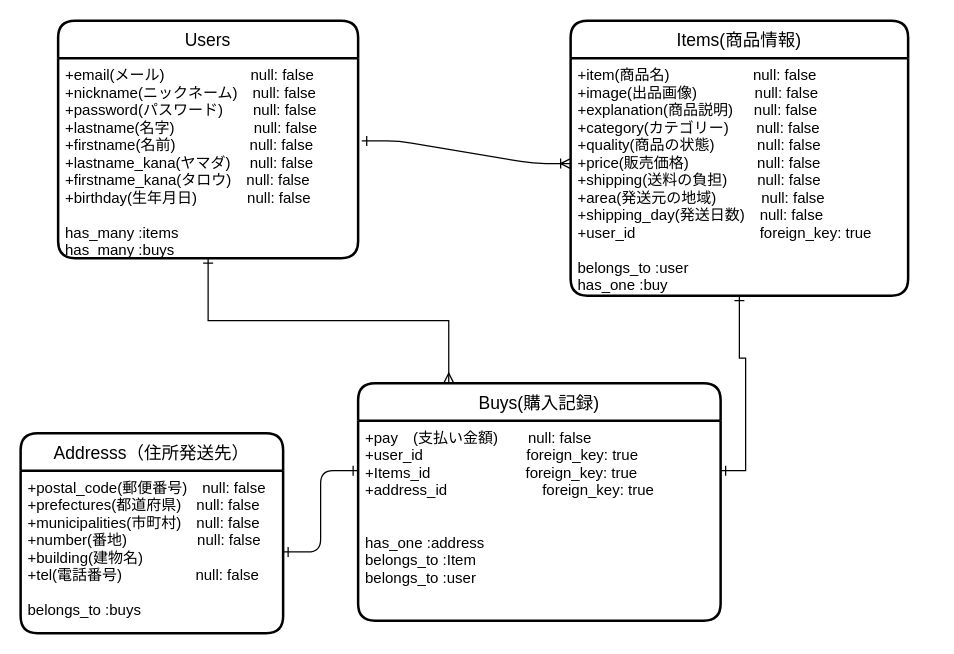
Above: furima.dio in yux521/furima-32972 (draw.io), before the change. Source tidied: cells renumbered, new cells numbered last; positions are measured from the earlier drawing's top-left corner, leaving out a move shared by most shapes. Both pictures are drawn from the tidied source at 125%, with x=0, y=0 at pixel (20, 20).
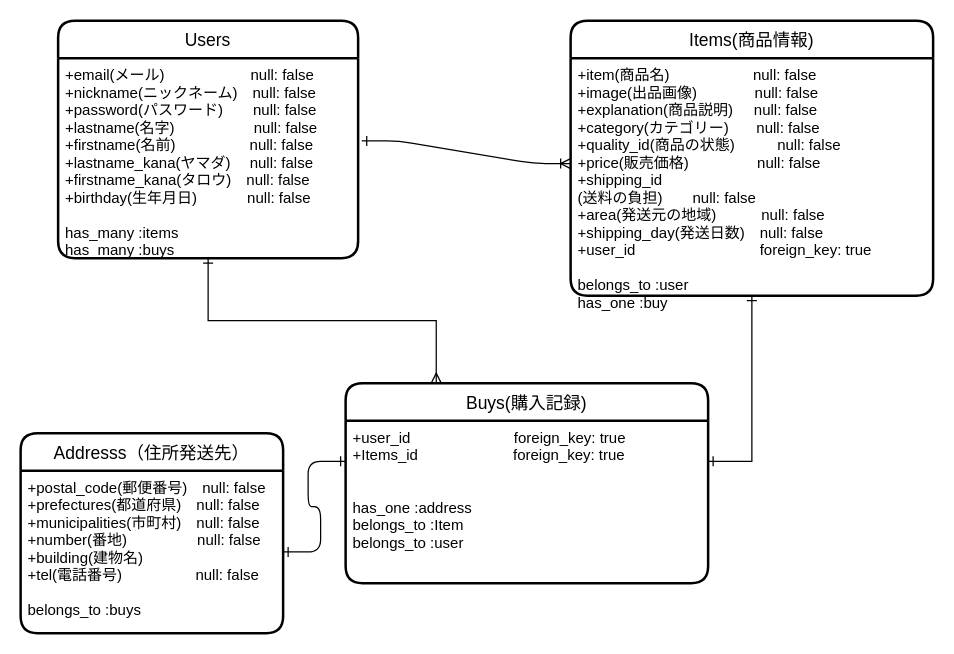
The same diagram, later.

Commit message (it also covers changes not shown here):
データベース設計（カラム修正）

The edit, as a diff of the source:
```diff
@@
 <mxGraphModel>
   <root>
     <mxCell id="0" />
     <mxCell id="1" parent="0" />
     <mxCell id="2" value="Users" style="swimlane;horizontal=1;startSize=30;rounded=1;fontSize=14;fontStyle=0;strokeWidth=2;shadow=0;dashed=0;align=center;" parent="1" vertex="1">
       <mxGeometry x="30" width="240" height="190" as="geometry" />
     </mxCell>
     <mxCell id="3" value="+email(メール)                 　null: false&#10;+nickname(ニックネーム)　null: false&#10;+password(パスワード)　　null: false&#10;+lastname(名字)　 　　　　null: false&#10;+firstname(名前)　       　　null: false&#10;+lastname_kana(ヤマダ)　 null: false&#10;+firstname_kana(タロウ)　null: false&#10;+birthday(生年月日)            null: false&#10;&#10;has_many :items&#10;has_many :buys" style="align=left;strokeColor=none;fillColor=none;spacingLeft=4;fontSize=12;verticalAlign=top;" parent="2" vertex="1">
       <mxGeometry y="30" width="240" height="160" as="geometry" />
     </mxCell>
     <mxCell id="4" value="Items(商品情報)" style="swimlane;horizontal=1;startSize=30;rounded=1;fontSize=14;fontStyle=0;strokeWidth=2;shadow=0;dashed=0;align=center;" parent="1" vertex="1">
-      <mxGeometry x="440" width="270" height="220" as="geometry" />
+      <mxGeometry x="440" width="290" height="220" as="geometry" />
     </mxCell>
-    <mxCell id="5" value="+item(商品名)　　　　　  null: false&#10;+image(出品画像)　　　   null: false&#10;+explanation(商品説明)     null: false&#10;+category(カテゴリー)　   null: false&#10;+quality(商品の状態)　　   null: false&#10;+price(販売価格)　　　　  null: false&#10;+shipping(送料の負担)　　null: false&#10;+area(発送元の地域)　　　null: false&#10;+shipping_day(発送日数)　null: false&#10;+user_id 　                　  　foreign_key: true&#10;&#10;belongs_to :user&#10;has_one :buy" style="align=left;strokeColor=none;fillColor=none;spacingLeft=4;fontSize=12;verticalAlign=top;" parent="4" vertex="1">
-      <mxGeometry y="30" width="270" height="190" as="geometry" />
+    <mxCell id="5" value="+item(商品名)　　　　　  null: false&#10;+image(出品画像)　　　   null: false&#10;+explanation(商品説明)     null: false&#10;+category(カテゴリー)　   null: false&#10;+quality_id(商品の状態)　　   null: false&#10;+price(販売価格)　　　　  null: false&#10;+shipping_id&#10;(送料の負担)　　null: false&#10;+area(発送元の地域)　　　null: false&#10;+shipping_day(発送日数)　null: false&#10;+user_id 　                　  　foreign_key: true&#10;&#10;belongs_to :user&#10;has_one :buy" style="align=left;strokeColor=none;fillColor=none;spacingLeft=4;fontSize=12;verticalAlign=top;" parent="4" vertex="1">
+      <mxGeometry y="30" width="290" height="190" as="geometry" />
     </mxCell>
     <mxCell id="6" style="edgeStyle=orthogonalEdgeStyle;rounded=0;jettySize=auto;html=1;exitX=0.25;exitY=0;exitDx=0;exitDy=0;entryX=0.5;entryY=1;entryDx=0;entryDy=0;startArrow=ERmany;startFill=0;endArrow=ERone;endFill=0;" parent="1" edge="1" source="7" target="3">
       <mxGeometry relative="1" as="geometry" />
     </mxCell>
     <mxCell id="7" value="Buys(購入記録)" style="swimlane;horizontal=1;startSize=30;rounded=1;fontSize=14;fontStyle=0;strokeWidth=2;shadow=0;dashed=0;align=center;" parent="1" vertex="1">
-      <mxGeometry x="270" y="290" width="290" height="190" as="geometry" />
+      <mxGeometry x="260" y="290" width="290" height="160" as="geometry" />
     </mxCell>
-    <mxCell id="8" value="+pay　(支払い金額)　　null: false&#10;+user_id 　　             　foreign_key: true&#10;+Items_id　　　            foreign_key: true&#10;+address_id　　          　  foreign_key: true&#10;&#10;&#10;has_one :address&#10;belongs_to :Item&#10;belongs_to :user" style="align=left;strokeColor=none;fillColor=none;spacingLeft=4;fontSize=12;verticalAlign=top;" parent="7" vertex="1">
-      <mxGeometry y="30" width="290" height="160" as="geometry" />
+    <mxCell id="8" value="+user_id 　　             　foreign_key: true&#10;+Items_id　　　            foreign_key: true&#10;&#10;&#10;has_one :address&#10;belongs_to :Item&#10;belongs_to :user" style="align=left;strokeColor=none;fillColor=none;spacingLeft=4;fontSize=12;verticalAlign=top;" parent="7" vertex="1">
+      <mxGeometry y="30" width="290" height="130" as="geometry" />
     </mxCell>
     <mxCell id="9" value="Addresss（住所発送先）" style="swimlane;horizontal=1;startSize=30;rounded=1;fontSize=14;fontStyle=0;strokeWidth=2;shadow=0;dashed=0;align=center;" parent="1" vertex="1">
       <mxGeometry y="330" width="210" height="160" as="geometry" />
     </mxCell>
     <mxCell id="10" value="+postal_code(郵便番号)　null: false&#10;+prefectures(都道府県)　null: false&#10;+municipalities(市町村)　null: false&#10;+number(番地)      　　　null: false&#10;+building(建物名) &#10;+tel(電話番号)　              null: false&#10;&#10;belongs_to :buys" style="align=left;strokeColor=none;fillColor=none;spacingLeft=4;fontSize=12;verticalAlign=top;" parent="9" vertex="1">
       <mxGeometry y="30" width="210" height="130" as="geometry" />
     </mxCell>
     <mxCell id="11" style="edgeStyle=entityRelationEdgeStyle;fontSize=12;html=1;endArrow=ERoneToMany;exitX=1.012;exitY=0.414;exitDx=0;exitDy=0;exitPerimeter=0;entryX=0;entryY=0.444;entryDx=0;entryDy=0;entryPerimeter=0;startArrow=ERone;startFill=0;" parent="1" edge="1" source="3" target="5">
       <mxGeometry relative="1" as="geometry" />
     </mxCell>
     <mxCell id="12" style="edgeStyle=entityRelationEdgeStyle;fontSize=12;html=1;endArrow=ERone;startArrow=ERone;entryX=0;entryY=0.25;entryDx=0;entryDy=0;endFill=0;startFill=0;" parent="1" edge="1" source="10" target="8">
       <mxGeometry relative="1" as="geometry" />
     </mxCell>
     <mxCell id="13" style="edgeStyle=orthogonalEdgeStyle;rounded=0;jettySize=auto;html=1;exitX=0.5;exitY=1;exitDx=0;exitDy=0;entryX=1;entryY=0.25;entryDx=0;entryDy=0;startArrow=ERone;startFill=0;endArrow=ERone;endFill=0;" parent="1" edge="1" source="5" target="8">
       <mxGeometry relative="1" as="geometry" />
     </mxCell>
   </root>
 </mxGraphModel>
```
